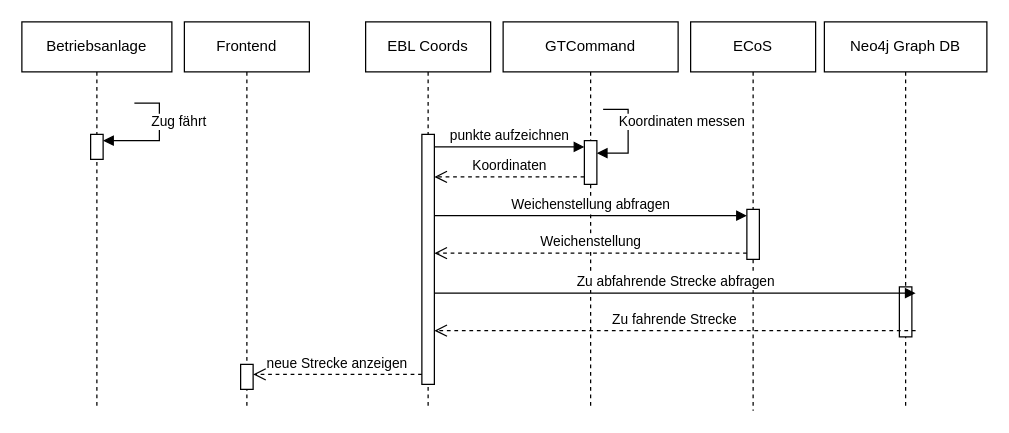
pascalreiss/draw_io_stuff keeps this draw.io diagram as procedural/TopLevel_TrainswitchHit.drawio. Above is the earlier version. Source tidied: cells renumbered, new cells numbered last; positions are measured from the earlier drawing's top-left corner, leaving out a move shared by most shapes. Both pictures are drawn from the tidied source at 125%, with x=0, y=0 at pixel (21, 21).
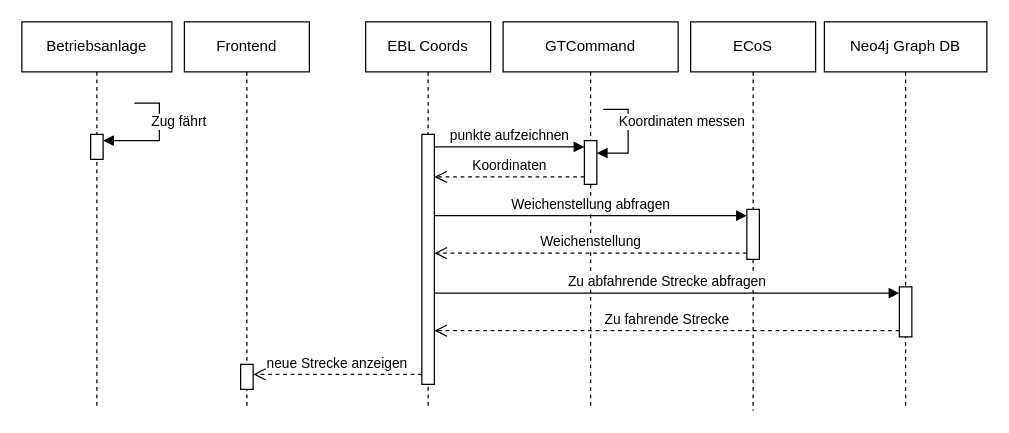
After the change.

Unchanged cells that the change refers to:
```xml
<mxCell id="3" style="html=1;points=[[0,0,0,0,5],[0,1,0,0,-5],[1,0,0,0,5],[1,1,0,0,-5]];perimeter=orthogonalPerimeter;outlineConnect=0;targetShapes=umlLifeline;portConstraint=eastwest;newEdgeStyle={&quot;curved&quot;:0,&quot;rounded&quot;:0};" parent="2" vertex="1">
  <mxGeometry x="60" y="212" width="10" height="40" as="geometry" />
</mxCell>
```

The edit, as a diff of the source:
```diff
@@
-    <mxCell id="20" value="Zu fahrende Strecke" style="html=1;verticalAlign=bottom;endArrow=open;dashed=1;endSize=8;curved=0;rounded=0;" parent="1" edge="1">
+    <mxCell id="20" value="Zu fahrende Strecke" style="html=1;verticalAlign=bottom;endArrow=open;dashed=1;endSize=8;curved=0;rounded=0;" parent="1" edge="1" source="3">
       <mxGeometry relative="1" as="geometry">
-        <mxPoint x="715" y="247" as="sourcePoint" />
         <mxPoint x="330" y="247" as="targetPoint" />
       </mxGeometry>
     </mxCell>
-    <mxCell id="21" value="Zu abfahrende Strecke abfragen" style="html=1;verticalAlign=bottom;endArrow=block;curved=0;rounded=0;" parent="1" edge="1">
+    <mxCell id="21" value="Zu abfahrende Strecke abfragen" style="html=1;verticalAlign=bottom;endArrow=block;curved=0;rounded=0;" parent="1" edge="1" target="3">
       <mxGeometry relative="1" as="geometry">
         <mxPoint x="330" y="217" as="sourcePoint" />
-        <mxPoint x="715" y="217" as="targetPoint" />
         <Array as="points">
           <mxPoint x="525" y="217" />
         </Array>
       </mxGeometry>
     </mxCell>
```
